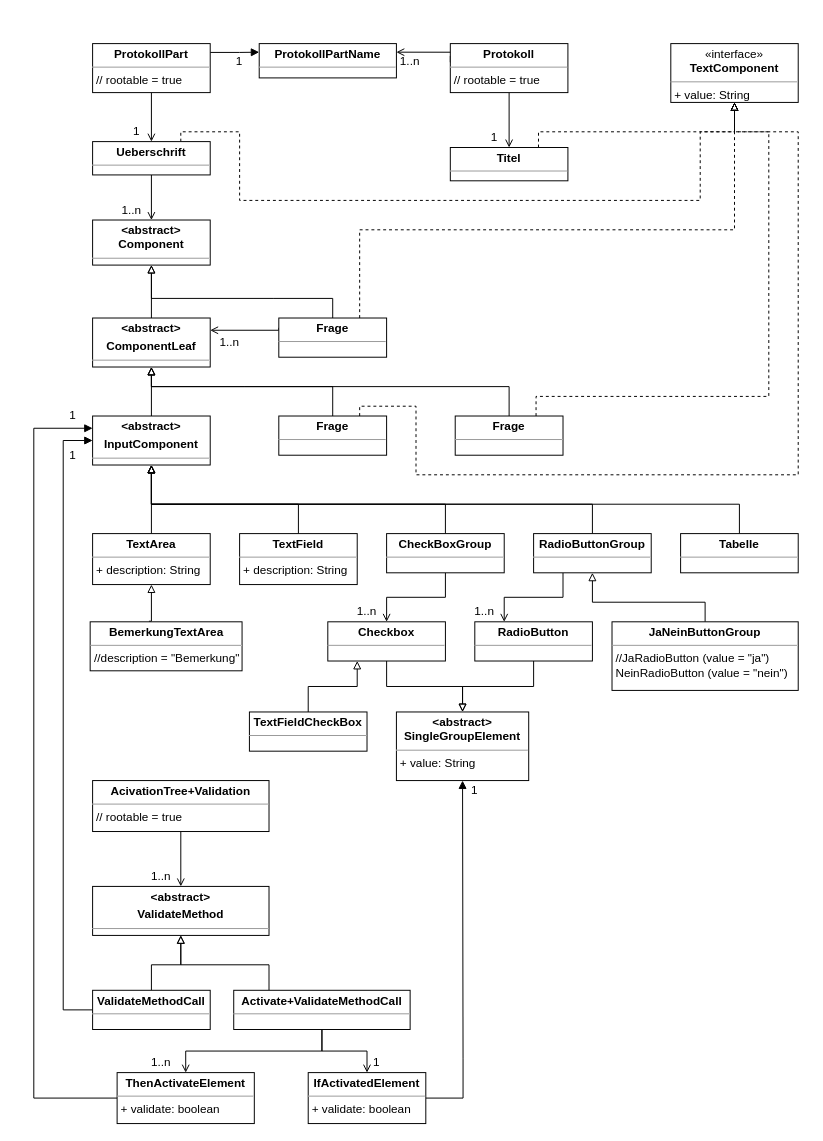
This is modell-DSL-ohneID+ROW.drawio from SallyThePatternPig/Diagrams, a draw.io file, before an edit. Source tidied: cells renumbered, new cells numbered last; positions are measured from the earlier drawing's top-left corner, leaving out a move shared by most shapes. Both pictures are drawn from the tidied source at 98%, with x=0, y=0 at pixel (33, 43).
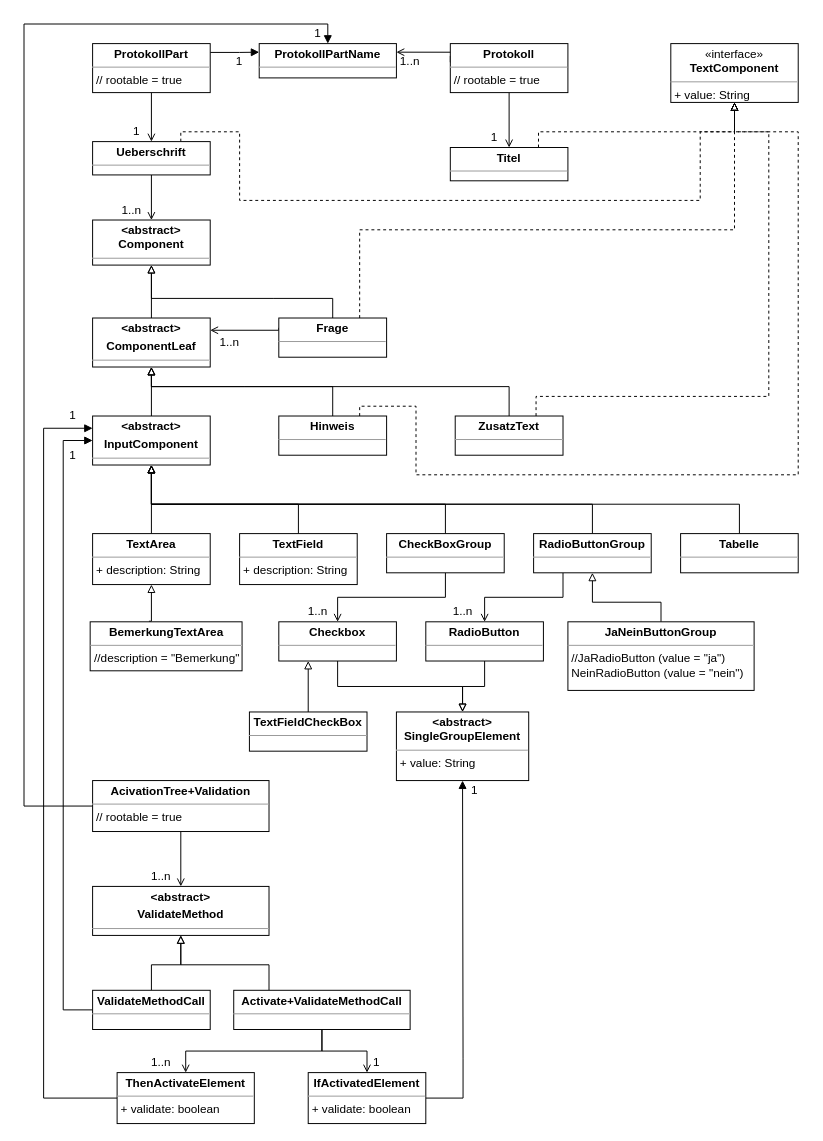
Above is the later version.

Unchanged cells that the change refers to:
```xml
<mxCell id="3" value="&lt;p style=&quot;margin: 0px ; margin-top: 4px ; text-align: center&quot;&gt;&lt;b&gt;AcivationTree+Validation&lt;/b&gt;&lt;/p&gt;&lt;hr size=&quot;1&quot;&gt;&lt;p style=&quot;margin: 0px ; margin-left: 4px&quot;&gt;// rootable = true&lt;/p&gt;" style="verticalAlign=top;align=left;overflow=fill;fontSize=12;fontFamily=Helvetica;html=1;" parent="1" vertex="1">
  <mxGeometry x="60" y="752" width="180" height="52" as="geometry" />
</mxCell>
<mxCell id="11" value="&lt;p style=&quot;margin: 0px ; margin-top: 4px ; text-align: center&quot;&gt;&lt;b&gt;ProtokollPartName&lt;/b&gt;&lt;/p&gt;&lt;hr size=&quot;1&quot;&gt;&lt;p style=&quot;margin: 0px ; margin-left: 4px&quot;&gt;&lt;br&gt;&lt;/p&gt;" style="verticalAlign=top;align=left;overflow=fill;fontSize=12;fontFamily=Helvetica;html=1;" parent="1" vertex="1">
  <mxGeometry x="230" width="140" height="35" as="geometry" />
</mxCell>
<mxCell id="34" value="&lt;p style=&quot;margin: 0px ; margin-top: 4px ; text-align: center&quot;&gt;&lt;b&gt;&amp;lt;abstract&amp;gt;&lt;/b&gt;&lt;/p&gt;&lt;p style=&quot;margin: 0px ; margin-top: 4px ; text-align: center&quot;&gt;&lt;b&gt;InputComponent&lt;/b&gt;&lt;/p&gt;&lt;hr size=&quot;1&quot;&gt;&lt;p style=&quot;margin: 0px ; margin-left: 4px&quot;&gt;&lt;br&gt;&lt;/p&gt;" style="verticalAlign=top;align=left;overflow=fill;fontSize=12;fontFamily=Helvetica;html=1;" parent="1" vertex="1">
  <mxGeometry x="60" y="380" width="120" height="50" as="geometry" />
</mxCell>
<mxCell id="50" value="&lt;p style=&quot;margin: 0px ; margin-top: 4px ; text-align: center&quot;&gt;&lt;b&gt;RadioButtonGroup&lt;/b&gt;&lt;/p&gt;&lt;hr size=&quot;1&quot;&gt;&lt;p style=&quot;margin: 0px ; margin-left: 4px&quot;&gt;&lt;br&gt;&lt;/p&gt;" style="verticalAlign=top;align=left;overflow=fill;fontSize=12;fontFamily=Helvetica;html=1;" parent="1" vertex="1">
  <mxGeometry x="510" y="500" width="120" height="40" as="geometry" />
</mxCell>
<mxCell id="75" value="&lt;p style=&quot;margin: 0px ; margin-top: 4px ; text-align: center&quot;&gt;&lt;b&gt;ThenActivateElement&lt;/b&gt;&lt;/p&gt;&lt;hr size=&quot;1&quot;&gt;&lt;p style=&quot;margin: 0px ; margin-left: 4px&quot;&gt;+ validate: boolean&lt;/p&gt;" style="verticalAlign=top;align=left;overflow=fill;fontSize=12;fontFamily=Helvetica;html=1;" parent="1" vertex="1">
  <mxGeometry x="85" y="1050" width="140" height="52" as="geometry" />
</mxCell>
```

Change to the diagram source:
```diff
@@
+    <mxCell id="83" style="edgeStyle=orthogonalEdgeStyle;rounded=0;jettySize=auto;html=1;entryX=0.5;entryY=0;entryDx=0;entryDy=0;endArrow=block;endFill=1;" parent="1" edge="1" source="3" target="11">
+      <mxGeometry relative="1" as="geometry">
+        <Array as="points">
+          <mxPoint x="-10" y="778" />
+          <mxPoint x="-10" y="-20" />
+          <mxPoint x="300" y="-20" />
+        </Array>
+      </mxGeometry>
+    </mxCell>
@@
-    <mxCell id="37" value="&lt;p style=&quot;margin: 0px ; margin-top: 4px ; text-align: center&quot;&gt;&lt;b&gt;Frage&lt;/b&gt;&lt;br&gt;&lt;/p&gt;&lt;hr size=&quot;1&quot;&gt;&lt;p style=&quot;margin: 0px ; margin-left: 4px&quot;&gt;&lt;br&gt;&lt;/p&gt;" style="verticalAlign=top;align=left;overflow=fill;fontSize=12;fontFamily=Helvetica;html=1;" parent="1" vertex="1">
+    <mxCell id="37" value="&lt;p style=&quot;margin: 0px ; margin-top: 4px ; text-align: center&quot;&gt;&lt;b&gt;Hinweis&lt;/b&gt;&lt;/p&gt;&lt;hr size=&quot;1&quot;&gt;&lt;p style=&quot;margin: 0px ; margin-left: 4px&quot;&gt;&lt;br&gt;&lt;/p&gt;" style="verticalAlign=top;align=left;overflow=fill;fontSize=12;fontFamily=Helvetica;html=1;" parent="1" vertex="1">
       <mxGeometry x="250" y="380" width="110" height="40" as="geometry" />
     </mxCell>
@@
-    <mxCell id="40" value="&lt;p style=&quot;margin: 0px ; margin-top: 4px ; text-align: center&quot;&gt;&lt;b&gt;Frage&lt;/b&gt;&lt;br&gt;&lt;/p&gt;&lt;hr size=&quot;1&quot;&gt;&lt;p style=&quot;margin: 0px ; margin-left: 4px&quot;&gt;&lt;br&gt;&lt;/p&gt;" style="verticalAlign=top;align=left;overflow=fill;fontSize=12;fontFamily=Helvetica;html=1;" parent="1" vertex="1">
+    <mxCell id="40" value="&lt;p style=&quot;margin: 0px ; margin-top: 4px ; text-align: center&quot;&gt;&lt;b&gt;ZusatzText&lt;/b&gt;&lt;br&gt;&lt;/p&gt;&lt;hr size=&quot;1&quot;&gt;&lt;p style=&quot;margin: 0px ; margin-left: 4px&quot;&gt;&lt;br&gt;&lt;/p&gt;" style="verticalAlign=top;align=left;overflow=fill;fontSize=12;fontFamily=Helvetica;html=1;" parent="1" vertex="1">
       <mxGeometry x="430" y="380" width="110" height="40" as="geometry" />
     </mxCell>
@@
-    <mxCell id="49" style="edgeStyle=orthogonalEdgeStyle;rounded=0;jettySize=auto;html=1;exitX=0.25;exitY=1;exitDx=0;exitDy=0;entryX=0.25;entryY=0;entryDx=0;entryDy=0;endArrow=open;endFill=0;" parent="1" edge="1" source="50" target="60">
+    <mxCell id="49" style="edgeStyle=orthogonalEdgeStyle;rounded=0;jettySize=auto;html=1;exitX=0.25;exitY=1;exitDx=0;exitDy=0;entryX=0.5;entryY=0;entryDx=0;entryDy=0;endArrow=open;endFill=0;" parent="1" edge="1" source="50" target="60">
       <mxGeometry relative="1" as="geometry" />
     </mxCell>
@@
     <mxCell id="53" style="edgeStyle=orthogonalEdgeStyle;rounded=0;jettySize=auto;html=1;entryX=0.5;entryY=1;entryDx=0;entryDy=0;endArrow=block;endFill=0;" parent="1" edge="1" source="54" target="50">
       <mxGeometry relative="1" as="geometry">
         <Array as="points">
-          <mxPoint x="685" y="570" />
+          <mxPoint x="640" y="570" />
           <mxPoint x="570" y="570" />
         </Array>
       </mxGeometry>
     </mxCell>
     <mxCell id="54" value="&lt;p style=&quot;margin: 0px ; margin-top: 4px ; text-align: center&quot;&gt;&lt;b&gt;JaNeinButtonGroup&lt;/b&gt;&lt;/p&gt;&lt;hr size=&quot;1&quot;&gt;&lt;p style=&quot;margin: 0px ; margin-left: 4px&quot;&gt;//JaRadioButton (value = &quot;ja&quot;)&amp;nbsp;&lt;/p&gt;&lt;p style=&quot;margin: 0px ; margin-left: 4px&quot;&gt;NeinRadioButton (value = &quot;nein&quot;)&lt;/p&gt;" style="verticalAlign=top;align=left;overflow=fill;fontSize=12;fontFamily=Helvetica;html=1;" parent="1" vertex="1">
-      <mxGeometry x="590" y="590" width="190" height="70" as="geometry" />
+      <mxGeometry x="545" y="590" width="190" height="70" as="geometry" />
     </mxCell>
@@
     <mxCell id="58" value="&lt;p style=&quot;margin: 0px ; margin-top: 4px ; text-align: center&quot;&gt;&lt;b&gt;Checkbox&lt;/b&gt;&lt;/p&gt;&lt;hr size=&quot;1&quot;&gt;&lt;p style=&quot;margin: 0px ; margin-left: 4px&quot;&gt;&lt;br&gt;&lt;/p&gt;" style="verticalAlign=top;align=left;overflow=fill;fontSize=12;fontFamily=Helvetica;html=1;" parent="1" vertex="1">
-      <mxGeometry x="300" y="590" width="120" height="40" as="geometry" />
+      <mxGeometry x="250" y="590" width="120" height="40" as="geometry" />
     </mxCell>
@@
     <mxCell id="60" value="&lt;p style=&quot;margin: 0px ; margin-top: 4px ; text-align: center&quot;&gt;&lt;b&gt;RadioButton&lt;/b&gt;&lt;/p&gt;&lt;hr size=&quot;1&quot;&gt;&lt;p style=&quot;margin: 0px ; margin-left: 4px&quot;&gt;&lt;br&gt;&lt;/p&gt;" style="verticalAlign=top;align=left;overflow=fill;fontSize=12;fontFamily=Helvetica;html=1;" parent="1" vertex="1">
-      <mxGeometry x="450" y="590" width="120" height="40" as="geometry" />
+      <mxGeometry x="400" y="590" width="120" height="40" as="geometry" />
     </mxCell>
@@
     <mxCell id="74" style="edgeStyle=orthogonalEdgeStyle;rounded=0;jettySize=auto;html=1;endArrow=block;endFill=1;entryX=0;entryY=0.25;entryDx=0;entryDy=0;" parent="1" edge="1" source="75" target="34">
       <mxGeometry relative="1" as="geometry">
         <Array as="points">
-          <mxPoint y="1076" />
-          <mxPoint y="393" />
+          <mxPoint x="10" y="1076" />
+          <mxPoint x="10" y="393" />
         </Array>
       </mxGeometry>
     </mxCell>
@@
     <mxCell id="76" value="1..n" style="text;html=1;strokeColor=none;fillColor=none;align=center;verticalAlign=middle;whiteSpace=wrap;rounded=0;" parent="1" vertex="1">
-      <mxGeometry x="440" y="570" width="40" height="20" as="geometry" />
+      <mxGeometry x="417.5" y="570" width="40" height="20" as="geometry" />
     </mxCell>
     <mxCell id="77" value="1..n" style="text;html=1;strokeColor=none;fillColor=none;align=center;verticalAlign=middle;whiteSpace=wrap;rounded=0;" parent="1" vertex="1">
-      <mxGeometry x="320" y="570" width="40" height="20" as="geometry" />
+      <mxGeometry x="270" y="570" width="40" height="20" as="geometry" />
     </mxCell>
@@
+    <mxCell id="84" value="1&lt;br&gt;" style="text;html=1;strokeColor=none;fillColor=none;align=center;verticalAlign=middle;whiteSpace=wrap;rounded=0;" parent="1" vertex="1">
+      <mxGeometry x="270" y="-20" width="40" height="20" as="geometry" />
+    </mxCell>
```
